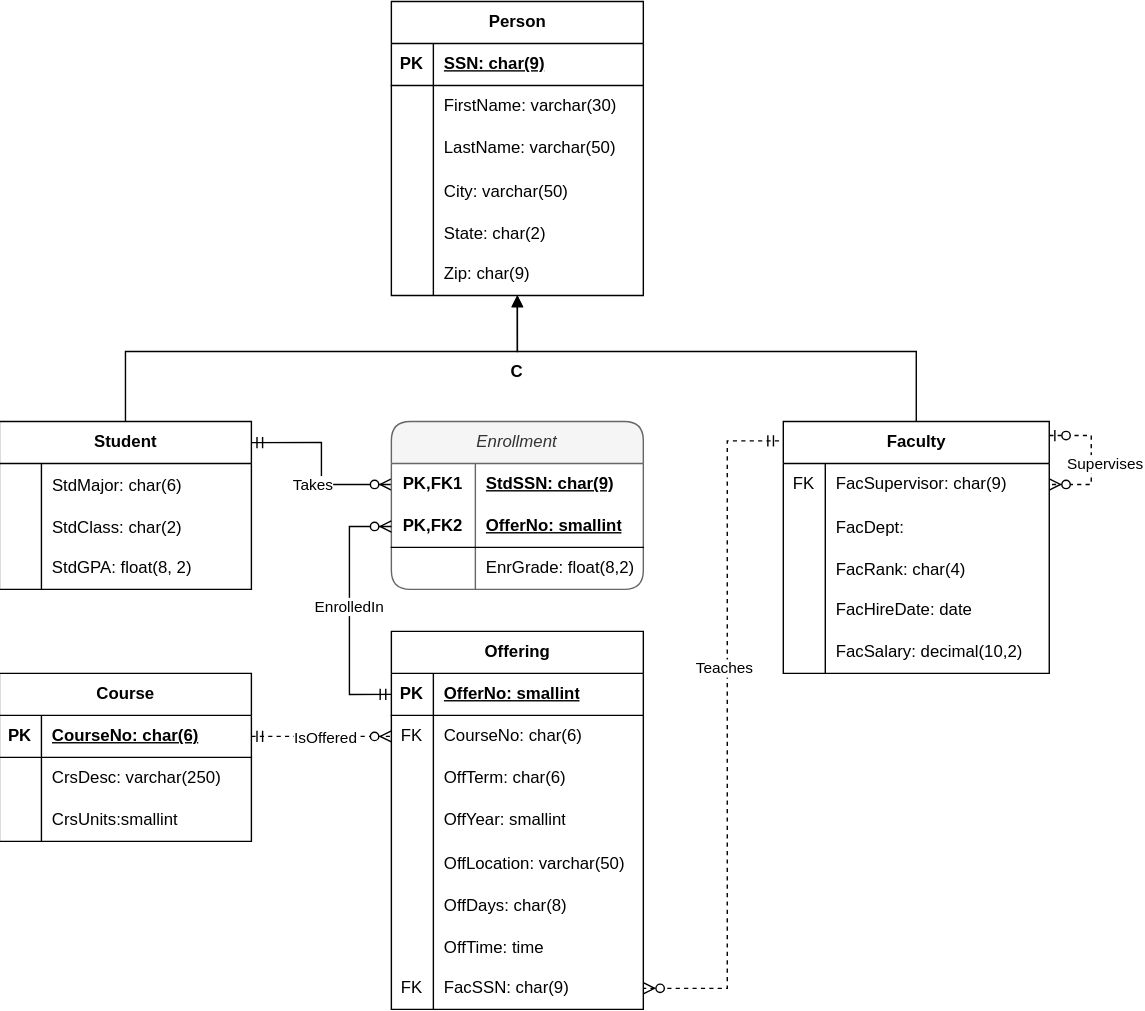
Earlier version of the draw.io export univdb-hierarchy.drawio.svg (phbrownacmorg/csc305fa26). Source tidied: cells renumbered, new cells last; positions are measured from the earlier drawing's top-left corner, leaving out a move shared by most shapes.
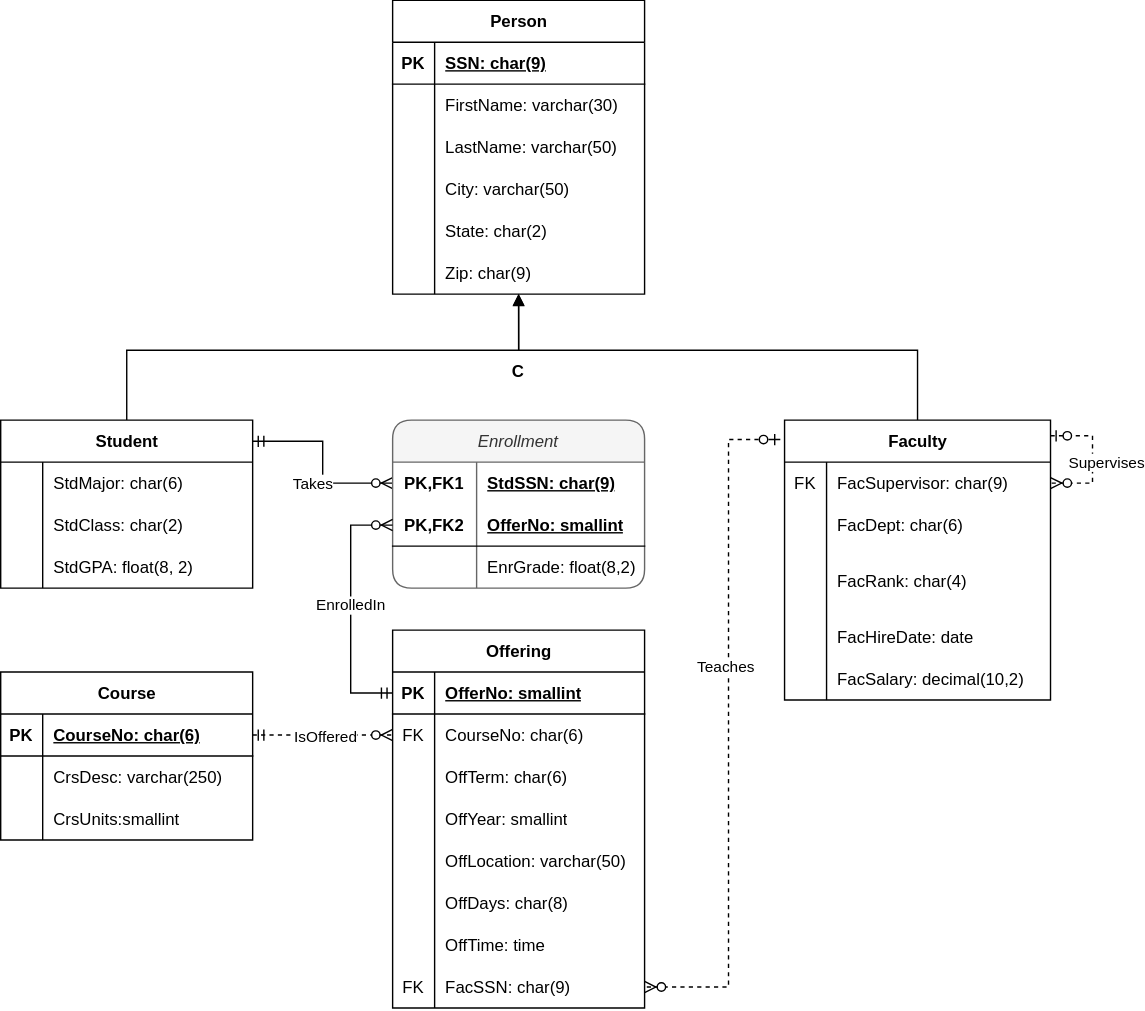
Later version of the same file.

Diff of the diagram source:
```diff
@@ -72,7 +72,7 @@
       </mxGeometry>
     </mxCell>
     <mxCell id="23" value="Faculty" style="shape=table;startSize=30;rowLines=0;fontStyle=1;align=center;html=1;" parent="1" vertex="1">
-      <mxGeometry x="560" y="300" width="190" height="180" as="geometry" />
+      <mxGeometry x="560" y="300" width="190" height="200" as="geometry" />
     </mxCell>
     <mxCell id="24" style="shape=tableRow;horizontal=0;startSize=0;swimlaneHead=0;swimlaneBody=0;fillColor=none;points=[[0,0.5],[1,0.5]];portConstraint=eastwest;top=0;left=0;right=0;bottom=0;" parent="23" vertex="1">
       <mxGeometry y="30" width="190" height="30" as="geometry" />
@@ -89,20 +89,20 @@
     <mxCell id="28" style="shape=partialRectangle;fillColor=none;top=0;left=0;bottom=0;right=0;overflow=hidden;" parent="27" vertex="1">
       <mxGeometry width="30" height="30" as="geometry" />
     </mxCell>
-    <mxCell id="29" value="FacDept:" style="shape=partialRectangle;fillColor=none;top=0;left=0;bottom=0;right=0;align=left;spacingLeft=6;overflow=hidden;" parent="27" vertex="1">
+    <mxCell id="29" value="FacDept: char(6)" style="shape=partialRectangle;fillColor=none;top=0;left=0;bottom=0;right=0;align=left;spacingLeft=6;overflow=hidden;" parent="27" vertex="1">
       <mxGeometry x="30" width="160" height="30" as="geometry" />
     </mxCell>
     <mxCell id="30" style="shape=tableRow;horizontal=0;startSize=0;swimlaneHead=0;swimlaneBody=0;fillColor=none;top=0;left=0;right=0;bottom=0;" parent="23" vertex="1">
-      <mxGeometry y="90" width="190" height="30" as="geometry" />
+      <mxGeometry y="90" width="190" height="50" as="geometry" />
     </mxCell>
     <mxCell id="31" style="shape=partialRectangle;fillColor=none;top=0;left=0;bottom=0;right=0;overflow=hidden;" parent="30" vertex="1">
-      <mxGeometry width="30" height="30" as="geometry" />
+      <mxGeometry width="30" height="50" as="geometry" />
     </mxCell>
     <mxCell id="32" value="FacRank: char(4)" style="shape=partialRectangle;fillColor=none;top=0;left=0;bottom=0;right=0;align=left;spacingLeft=6;overflow=hidden;" parent="30" vertex="1">
-      <mxGeometry x="30" width="160" height="30" as="geometry" />
+      <mxGeometry x="30" width="160" height="50" as="geometry" />
     </mxCell>
     <mxCell id="33" style="shape=tableRow;horizontal=0;startSize=0;swimlaneHead=0;swimlaneBody=0;fillColor=none;top=0;left=0;right=0;bottom=0;" parent="23" vertex="1">
-      <mxGeometry y="120" width="190" height="30" as="geometry" />
+      <mxGeometry y="140" width="190" height="30" as="geometry" />
     </mxCell>
     <mxCell id="34" style="shape=partialRectangle;fillColor=none;top=0;left=0;bottom=0;right=0;overflow=hidden;whiteSpace=wrap;html=1;" parent="33" vertex="1">
       <mxGeometry width="30" height="30" as="geometry" />
@@ -111,7 +111,7 @@
       <mxGeometry x="30" width="160" height="30" as="geometry" />
     </mxCell>
     <mxCell id="36" style="shape=tableRow;horizontal=0;startSize=0;swimlaneHead=0;swimlaneBody=0;fillColor=none;top=0;left=0;right=0;bottom=0;" parent="23" vertex="1">
-      <mxGeometry y="150" width="190" height="30" as="geometry" />
+      <mxGeometry y="170" width="190" height="30" as="geometry" />
     </mxCell>
     <mxCell id="37" style="shape=partialRectangle;fillColor=none;top=0;left=0;bottom=0;right=0;overflow=hidden;whiteSpace=wrap;html=1;" parent="36" vertex="1">
       <mxGeometry width="30" height="30" as="geometry" />
@@ -202,7 +202,7 @@
     <mxCell id="65" value="FacSSN: char(9)" style="shape=partialRectangle;fillColor=none;top=0;left=0;bottom=0;right=0;align=left;spacingLeft=6;overflow=hidden;whiteSpace=wrap;html=1;" parent="63" vertex="1">
       <mxGeometry x="30" width="150" height="30" as="geometry" />
     </mxCell>
-    <mxCell id="66" style="edgeStyle=orthogonalEdgeStyle;fontSize=12;html=1;endArrow=ERzeroToMany;startArrow=ERmandOne;rounded=0;entryX=1;entryY=0.5;entryDx=0;entryDy=0;dashed=1;" parent="1" edge="1" target="63">
+    <mxCell id="66" style="edgeStyle=orthogonalEdgeStyle;fontSize=12;html=1;endArrow=ERzeroToMany;startArrow=ERzeroToOne;rounded=0;entryX=1;entryY=0.5;entryDx=0;entryDy=0;dashed=1;startFill=0;" parent="1" edge="1" target="63">
       <mxGeometry relative="1" as="geometry">
         <mxPoint x="557" y="313.9" as="sourcePoint" />
         <Array as="points">
```
